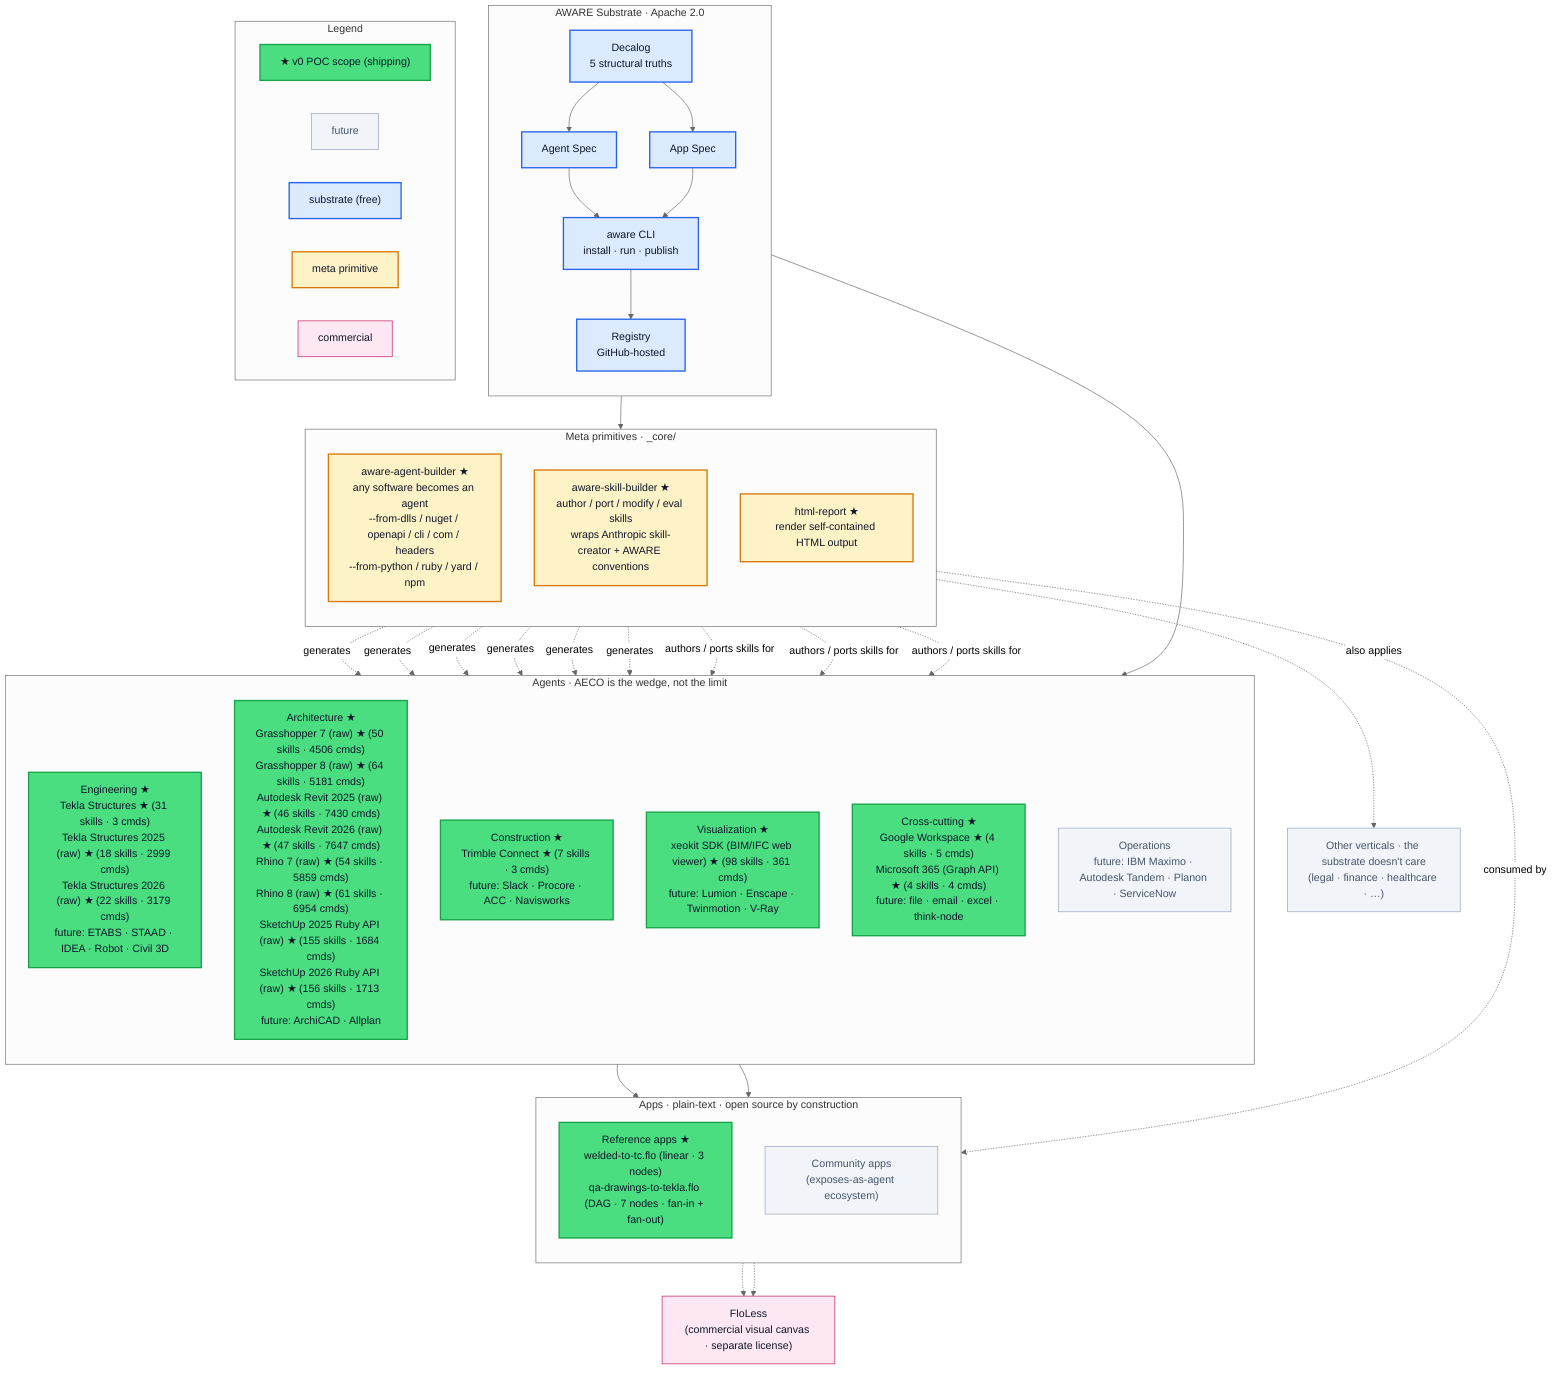
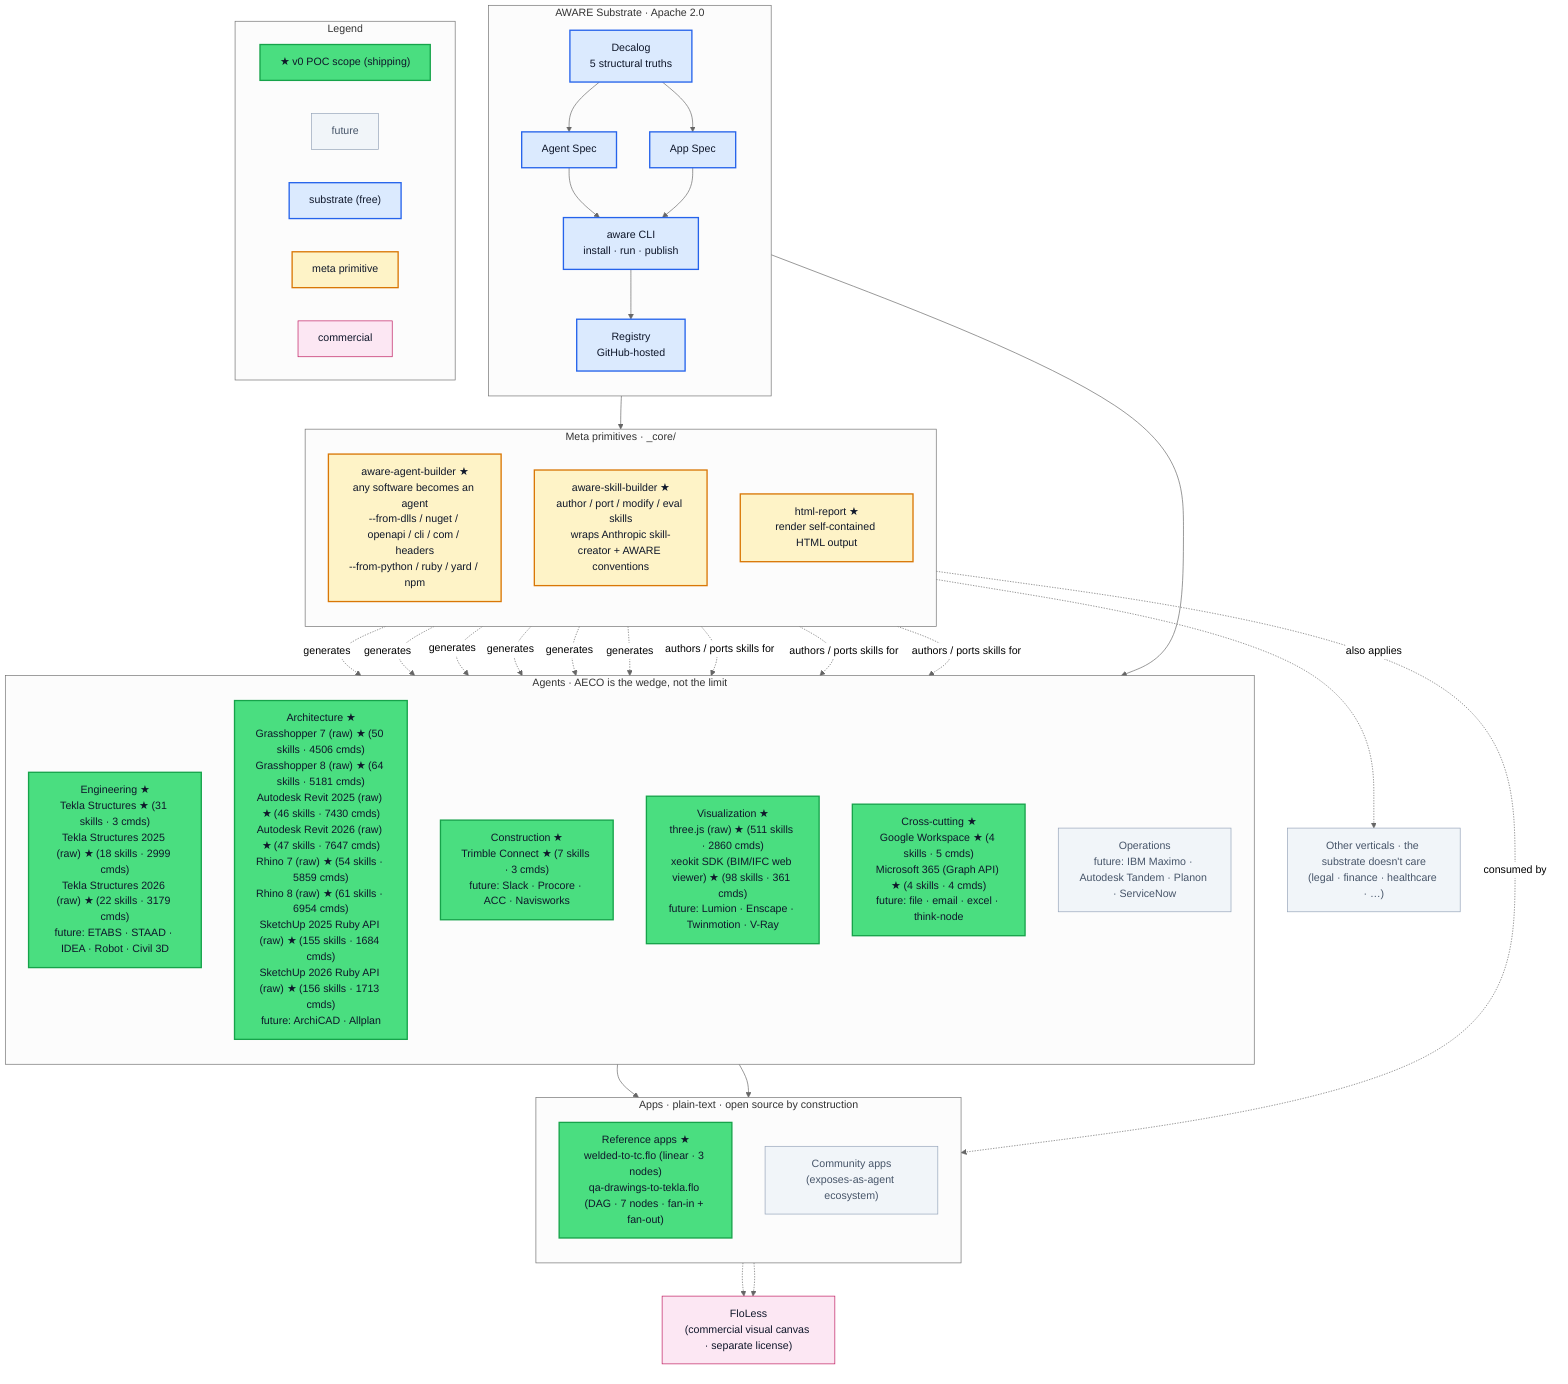
%%{init: {'theme':'neutral'}}%%
graph TB

  %% =========================================================
  %% Style classes
  %% =========================================================
  classDef poc        fill:#4ade80,stroke:#16a34a,color:#0f172a,stroke-width:2px
  classDef future     fill:#f1f5f9,stroke:#94a3b8,color:#475569
  classDef substrate  fill:#dbeafe,stroke:#2563eb,color:#0f172a,stroke-width:2px
  classDef meta       fill:#fef3c7,stroke:#d97706,color:#0f172a,stroke-width:2px
  classDef app        fill:#e0e7ff,stroke:#6366f1,color:#0f172a
  classDef commercial fill:#fce7f3,stroke:#be185d,color:#0f172a

  %% =========================================================
  %% Substrate · Apache 2.0
  %% =========================================================
  subgraph SUB["AWARE Substrate · Apache 2.0"]
    direction TB
    Decalog["Decalog<br/>5 structural truths"]:::substrate
    AgentSpec["Agent Spec"]:::substrate
    AppSpec["App Spec"]:::substrate
    CLI["aware CLI<br/>install · run · publish"]:::substrate
    Registry["Registry<br/>GitHub-hosted"]:::substrate

    Decalog --> AgentSpec
    Decalog --> AppSpec
    AgentSpec --> CLI
    AppSpec --> CLI
    CLI --> Registry
  end

  %% =========================================================
  %% Meta primitives — under _core/
  %% =========================================================
  subgraph META["Meta primitives · _core/"]
    direction TB
    Builder["aware-agent-builder ★<br/>any software becomes an agent<br/>--from-dlls / nuget / openapi / cli / com / headers<br/>--from-python / ruby / yard / npm"]:::meta
    SkillBuilder["aware-skill-builder ★<br/>author / port / modify / eval skills<br/>wraps Anthropic skill-creator + AWARE conventions"]:::meta
    HtmlReport["html-report ★<br/>render self-contained HTML output"]:::meta
  end

  %% =========================================================
  %% Agents · AECO (the wedge)
  %% =========================================================
  subgraph AGENTS["Agents · AECO is the wedge, not the limit"]
    direction TB

    %% AWARE-AUTOGEN-AGENTS-BEGIN (regenerated by `aware diagram regenerate --in-place 40-diagrams/aware-master.mmd`)
    Eng["Engineering ★<br/>Tekla Structures ★ (31 skills · 3 cmds)<br/>Tekla Structures 2025 (raw) ★ (18 skills · 2999 cmds)<br/>Tekla Structures 2026 (raw) ★ (22 skills · 3179 cmds)<br/>future: ETABS · STAAD · IDEA · Robot · Civil 3D"]:::poc
    Arch["Architecture ★<br/>Grasshopper 7 (raw) ★ (50 skills · 4506 cmds)<br/>Grasshopper 8 (raw) ★ (64 skills · 5181 cmds)<br/>Autodesk Revit 2025 (raw) ★ (46 skills · 7430 cmds)<br/>Autodesk Revit 2026 (raw) ★ (47 skills · 7647 cmds)<br/>Rhino 7 (raw) ★ (54 skills · 5859 cmds)<br/>Rhino 8 (raw) ★ (61 skills · 6954 cmds)<br/>SketchUp 2025 Ruby API (raw) ★ (155 skills · 1684 cmds)<br/>SketchUp 2026 Ruby API (raw) ★ (156 skills · 1713 cmds)<br/>future: ArchiCAD · Allplan"]:::poc
    Cons["Construction ★<br/>Trimble Connect ★ (7 skills · 3 cmds)<br/>future: Slack · Procore · ACC · Navisworks"]:::poc
-     Viz["Visualization ★<br/>xeokit SDK (BIM/IFC web viewer) ★ (98 skills · 361 cmds)<br/>future: Lumion · Enscape · Twinmotion · V-Ray"]:::poc
+     Viz["Visualization ★<br/>three.js (raw) ★ (511 skills · 2860 cmds)<br/>xeokit SDK (BIM/IFC web viewer) ★ (98 skills · 361 cmds)<br/>future: Lumion · Enscape · Twinmotion · V-Ray"]:::poc
    Cross["Cross-cutting ★<br/>Google Workspace ★ (4 skills · 5 cmds)<br/>Microsoft 365 (Graph API) ★ (4 skills · 4 cmds)<br/>future: file · email · excel · think-node"]:::poc
    Ops["Operations<br/>future: IBM Maximo · Autodesk Tandem · Planon · ServiceNow"]:::future
%% AWARE-AUTOGEN-AGENTS-END
  end

  Other["Other verticals · the substrate doesn't care<br/>(legal · finance · healthcare · …)"]:::future

  %% =========================================================
  %% Apps · plain-text compositions
  %% =========================================================
  subgraph APPS["Apps · plain-text · open source by construction"]
    direction TB
    Refs["Reference apps ★<br/>welded-to-tc.flo (linear · 3 nodes)<br/>qa-drawings-to-tekla.flo (DAG · 7 nodes · fan-in + fan-out)"]:::poc
    Community["Community apps<br/>(exposes-as-agent ecosystem)"]:::future
  end

  %% =========================================================
  %% Commercial layer
  %% =========================================================
  FloLess["FloLess<br/>(commercial visual canvas · separate license)"]:::commercial

  %% =========================================================
  %% Wiring
  %% =========================================================
  Registry --> META
  Registry --> AGENTS

  Builder -. generates .-> Eng
  Builder -. generates .-> Cons
  Builder -. generates .-> Cross
  Builder -. generates .-> Arch
  Builder -. generates .-> Viz
  Builder -. generates .-> Ops
  Builder -. also applies .-> Other

  SkillBuilder -. authors / ports skills for .-> Eng
  SkillBuilder -. authors / ports skills for .-> Cons
  SkillBuilder -. authors / ports skills for .-> Cross

  AGENTS --> Refs
  AGENTS --> Community
  HtmlReport -. consumed by .-> Refs

  Refs -.-> FloLess
  Community -.-> FloLess

  %% =========================================================
  %% Legend
  %% =========================================================
  subgraph LEGEND["Legend"]
    direction LR
    LegPoc["★ v0 POC scope (shipping)"]:::poc
    LegFut["future"]:::future
    LegSub["substrate (free)"]:::substrate
    LegMeta["meta primitive"]:::meta
    LegComm["commercial"]:::commercial
  end
